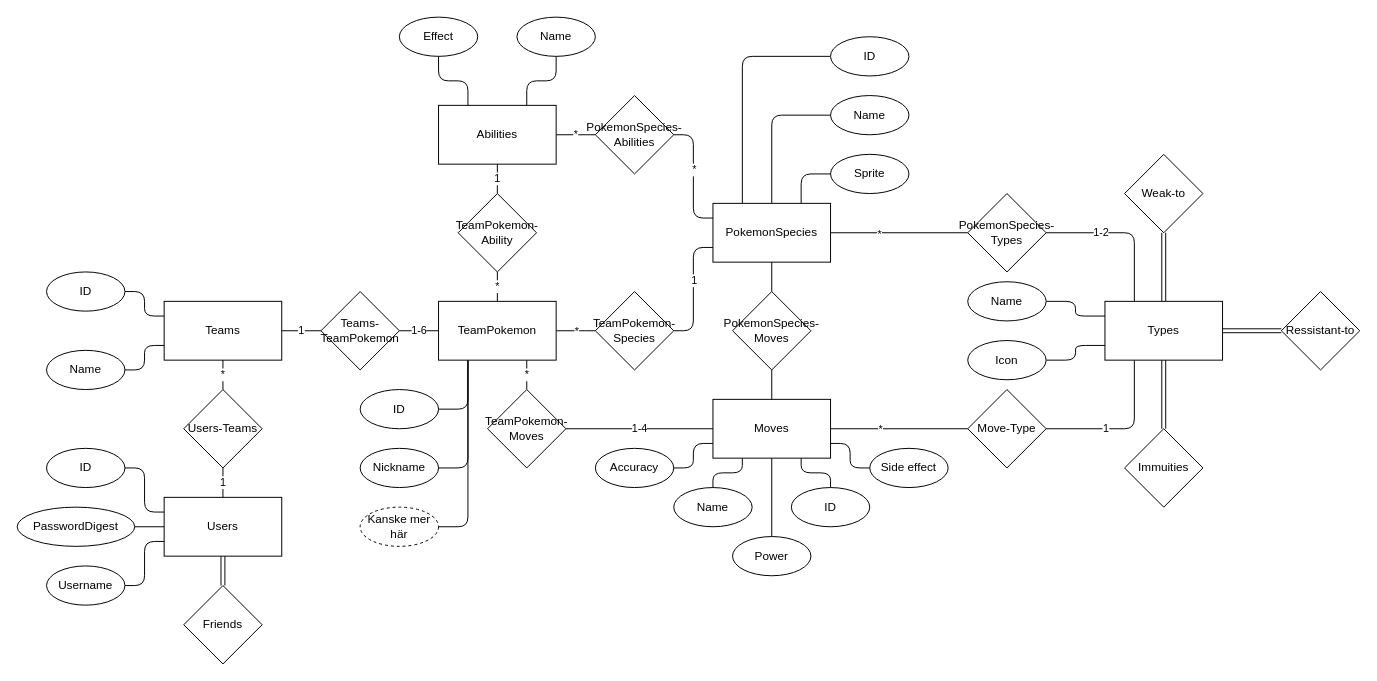
Above: sketch/er-diagram.drawio in ludwig-granstedt-nti-johanneberg/slpws23 (draw.io), before the change. Source tidied: cells renumbered, new cells numbered last; positions are measured from the earlier drawing's top-left corner, leaving out a move shared by most shapes. Both pictures are drawn from the tidied source at 98%, with x=0, y=0 at pixel (17, 17).
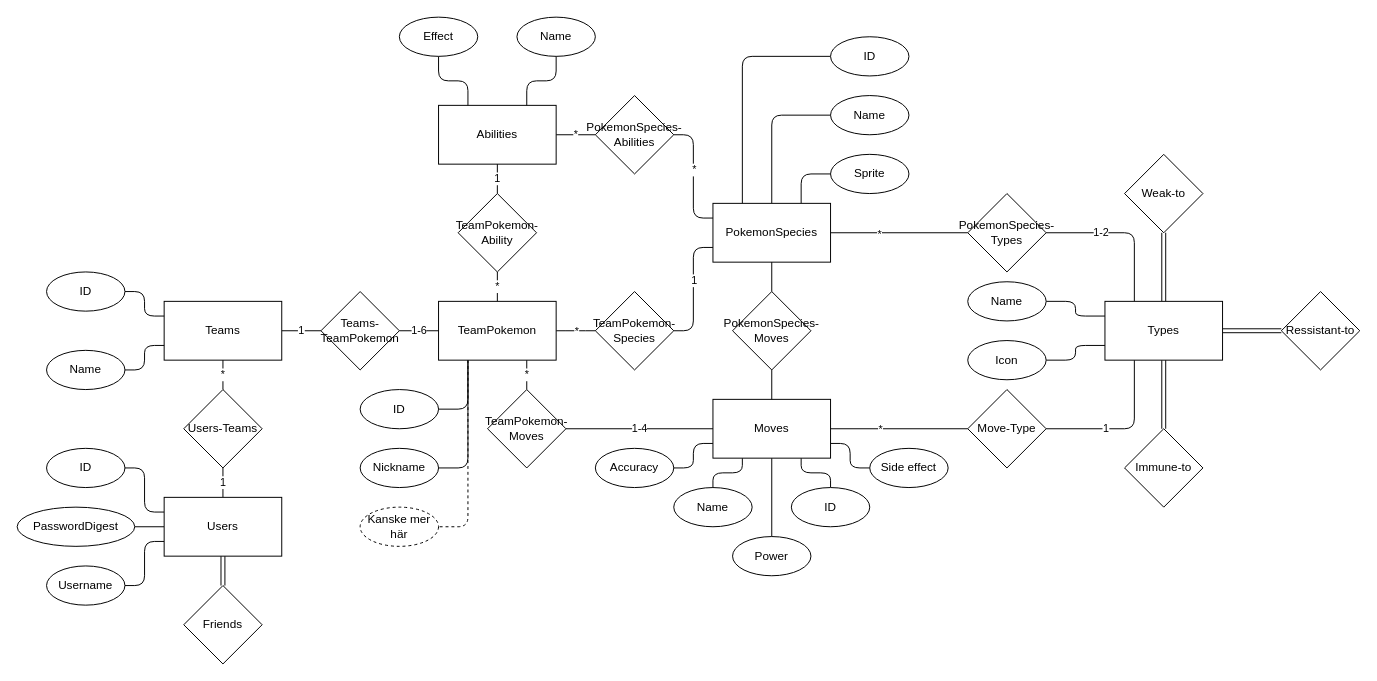
The same diagram, later.

The change refers to these unchanged cells:
```xml
<mxCell id="71" value="TeamPokemon" style="rounded=0;whiteSpace=wrap;html=1;" parent="1" vertex="1">
  <mxGeometry x="430" y="290" width="120" height="60" as="geometry" />
</mxCell>
<mxCell id="90" value="Kanske mer här" style="ellipse;whiteSpace=wrap;html=1;dashed=1;" parent="1" vertex="1">
  <mxGeometry x="350" y="500" width="80" height="40" as="geometry" />
</mxCell>
```

Change to the diagram source:
```diff
@@
-    <mxCell id="40" value="Immuities" style="rhombus;whiteSpace=wrap;html=1;" parent="1" vertex="1">
+    <mxCell id="40" value="Immune-to" style="rhombus;whiteSpace=wrap;html=1;" parent="1" vertex="1">
       <mxGeometry x="1130" y="420" width="80" height="80" as="geometry" />
     </mxCell>
@@
-    <mxCell id="70" style="edgeStyle=orthogonalEdgeStyle;html=1;exitX=0.25;exitY=1;exitDx=0;exitDy=0;entryX=1;entryY=0.5;entryDx=0;entryDy=0;endArrow=none;endFill=0;" parent="1" edge="1" source="71" target="90">
+    <mxCell id="70" style="edgeStyle=orthogonalEdgeStyle;html=1;exitX=0.25;exitY=1;exitDx=0;exitDy=0;entryX=1;entryY=0.5;entryDx=0;entryDy=0;endArrow=none;endFill=0;dashed=1;" parent="1" edge="1" source="71" target="90">
       <mxGeometry relative="1" as="geometry" />
     </mxCell>
```
